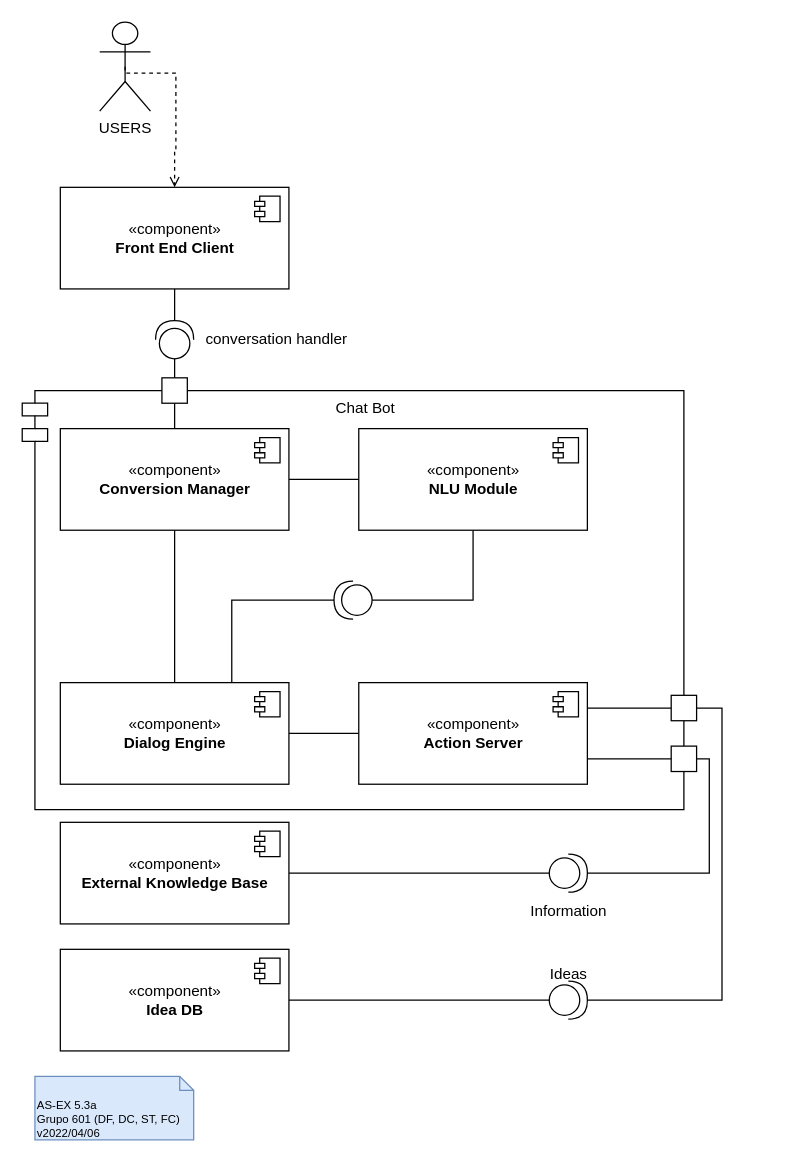
Earlier version of the draw.io diagram page "5.3a" (2 of 3) of P/P05/P5.drawio (DavidAraujo98/AS). Source tidied: cells renumbered, new cells numbered last; positions are measured from the earlier drawing's top-left corner, leaving out a move shared by most shapes. Both pictures are drawn from the tidied source at 127%, with x=0, y=0 at pixel (22, 22).
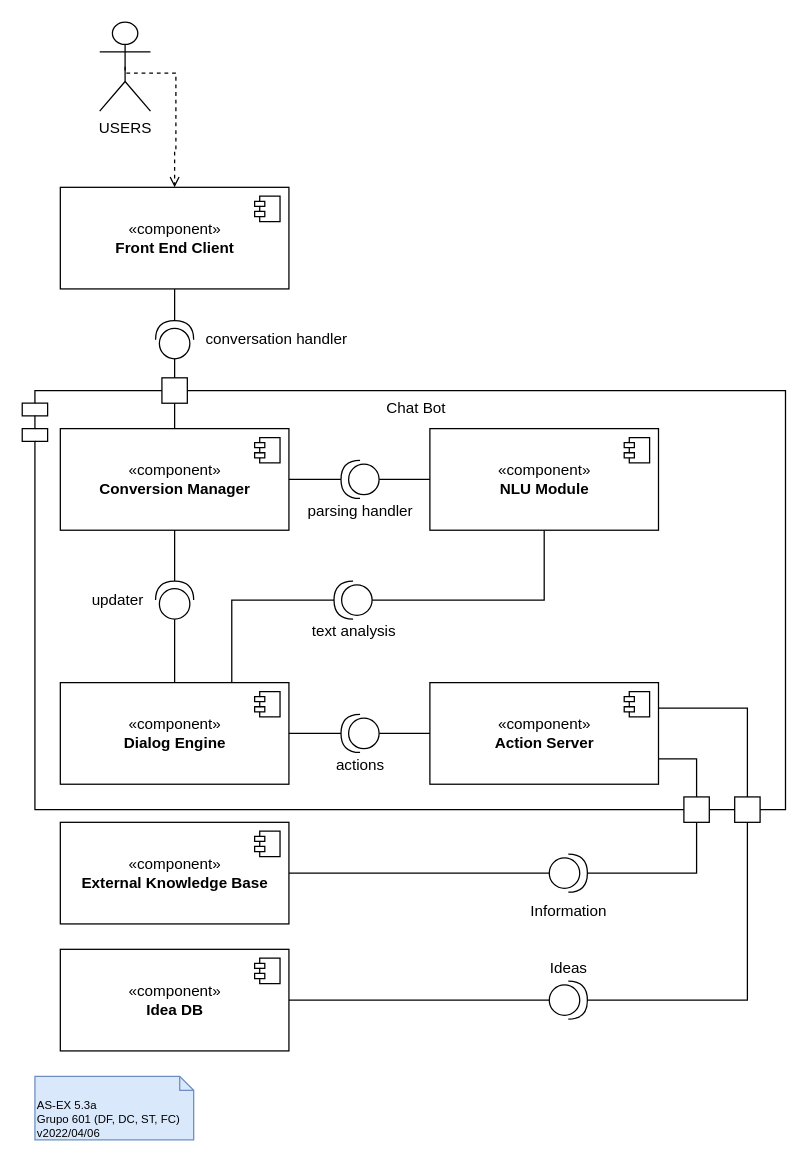
The same diagram, later.

The change refers to these unchanged cells:
```xml
<mxCell id="23" style="shape=providedRequiredInterface;html=1;verticalLabelPosition=bottom;sketch=0;rotation=-180;flipH=1;" parent="1" vertex="1">
  <mxGeometry x="415" y="655" width="30" height="30" as="geometry" />
</mxCell>
<mxCell id="31" value="«component»&lt;br&gt;&lt;b&gt;Conversion Manager&lt;/b&gt;" style="html=1;" parent="1" vertex="1">
  <mxGeometry x="30" y="320" width="180" height="80" as="geometry" />
</mxCell>
<mxCell id="35" value="«component»&lt;br&gt;&lt;b&gt;Dialog Engine&lt;/b&gt;" style="html=1;" parent="1" vertex="1">
  <mxGeometry x="30" y="520" width="180" height="80" as="geometry" />
</mxCell>
```

Change to the diagram source:
```diff
@@
     <mxCell id="2" value="Chat Bot" style="shape=module;align=left;spacingLeft=20;align=center;verticalAlign=top;" parent="1" vertex="1">
-      <mxGeometry y="290" width="521" height="330" as="geometry" />
+      <mxGeometry y="290" width="601" height="330" as="geometry" />
     </mxCell>
@@
-    <mxCell id="4" style="edgeStyle=orthogonalEdgeStyle;rounded=0;jettySize=auto;html=1;exitX=1;exitY=0.5;exitDx=0;exitDy=0;entryX=0;entryY=0.5;entryDx=0;entryDy=0;endArrow=none;endFill=0;" parent="1" edge="1" source="31" target="33">
-      <mxGeometry relative="1" as="geometry" />
-    </mxCell>
-    <mxCell id="5" style="edgeStyle=orthogonalEdgeStyle;rounded=0;jettySize=auto;html=1;exitX=0.5;exitY=1;exitDx=0;exitDy=0;endArrow=none;endFill=0;entryX=0.5;entryY=0;entryDx=0;entryDy=0;" parent="1" edge="1" source="31" target="35">
-      <mxGeometry relative="1" as="geometry" />
-    </mxCell>
@@
-    <mxCell id="8" style="edgeStyle=orthogonalEdgeStyle;rounded=0;jettySize=auto;html=1;exitX=1;exitY=0.5;exitDx=0;exitDy=0;entryX=0;entryY=0.5;entryDx=0;entryDy=0;endArrow=none;endFill=0;" parent="1" edge="1" source="35" target="38">
-      <mxGeometry relative="1" as="geometry" />
-    </mxCell>
@@
-    <mxCell id="16" style="rounded=0;whiteSpace=wrap;html=1;" parent="1" vertex="1">
-      <mxGeometry x="511" y="530" width="20" height="20" as="geometry" />
+    <mxCell id="16" style="rounded=0;whiteSpace=wrap;html=1;rotation=90;" parent="1" vertex="1">
+      <mxGeometry x="561" y="610" width="20" height="20" as="geometry" />
     </mxCell>
@@
     <mxCell id="18" style="edgeStyle=orthogonalEdgeStyle;rounded=0;jettySize=auto;html=1;exitX=1;exitY=0.5;exitDx=0;exitDy=0;entryX=1;entryY=0.5;entryDx=0;entryDy=0;entryPerimeter=0;endArrow=none;endFill=0;" parent="1" edge="1" source="19" target="23">
       <mxGeometry relative="1" as="geometry">
         <Array as="points">
-          <mxPoint x="541" y="580" />
-          <mxPoint x="541" y="670" />
+          <mxPoint x="531" y="670" />
         </Array>
       </mxGeometry>
     </mxCell>
-    <mxCell id="19" style="rounded=0;whiteSpace=wrap;html=1;" parent="1" vertex="1">
-      <mxGeometry x="511" y="570" width="20" height="20" as="geometry" />
+    <mxCell id="19" style="rounded=0;whiteSpace=wrap;html=1;rotation=90;" parent="1" vertex="1">
+      <mxGeometry x="521" y="610" width="20" height="20" as="geometry" />
     </mxCell>
@@
     <mxCell id="27" value="Ideas" style="text;html=1;align=center;verticalAlign=middle;fillColor=none;strokeColor=none;rounded=0;" parent="1" vertex="1">
-      <mxGeometry x="410" y="740" width="40" height="20" as="geometry" />
+      <mxGeometry x="410" y="735" width="40" height="20" as="geometry" />
     </mxCell>
@@
     <mxCell id="33" value="«component»&lt;br&gt;&lt;b&gt;NLU Module&lt;/b&gt;" style="html=1;" parent="1" vertex="1">
-      <mxGeometry x="265" y="320" width="180" height="80" as="geometry" />
+      <mxGeometry x="321" y="320" width="180" height="80" as="geometry" />
     </mxCell>
@@
     <mxCell id="38" value="«component»&lt;br&gt;&lt;b&gt;Action Server&lt;/b&gt;" style="html=1;" parent="1" vertex="1">
-      <mxGeometry x="265" y="520" width="180" height="80" as="geometry" />
+      <mxGeometry x="321" y="520" width="180" height="80" as="geometry" />
     </mxCell>
@@
+    <mxCell id="44" style="edgeStyle=orthogonalEdgeStyle;rounded=0;jettySize=auto;html=1;exitX=0;exitY=0.5;exitDx=0;exitDy=0;exitPerimeter=0;entryX=0;entryY=0.5;entryDx=0;entryDy=0;endArrow=none;endFill=0;" parent="1" edge="1" source="46" target="33">
+      <mxGeometry relative="1" as="geometry" />
+    </mxCell>
+    <mxCell id="45" style="edgeStyle=orthogonalEdgeStyle;rounded=0;jettySize=auto;html=1;exitX=1;exitY=0.5;exitDx=0;exitDy=0;exitPerimeter=0;entryX=1;entryY=0.5;entryDx=0;entryDy=0;endArrow=none;endFill=0;" parent="1" edge="1" source="46" target="31">
+      <mxGeometry relative="1" as="geometry" />
+    </mxCell>
+    <mxCell id="46" style="shape=providedRequiredInterface;html=1;verticalLabelPosition=bottom;sketch=0;rotation=-180;" parent="1" vertex="1">
+      <mxGeometry x="251" y="345" width="30" height="30" as="geometry" />
+    </mxCell>
+    <mxCell id="47" value="parsing handler" style="text;html=1;align=center;verticalAlign=middle;fillColor=none;strokeColor=none;rounded=0;" parent="1" vertex="1">
+      <mxGeometry x="216" y="375" width="100" height="20" as="geometry" />
+    </mxCell>
+    <mxCell id="48" style="edgeStyle=orthogonalEdgeStyle;rounded=0;jettySize=auto;html=1;exitX=1;exitY=0.5;exitDx=0;exitDy=0;exitPerimeter=0;entryX=0.5;entryY=1;entryDx=0;entryDy=0;endArrow=none;endFill=0;" parent="1" edge="1" source="50" target="31">
+      <mxGeometry relative="1" as="geometry" />
+    </mxCell>
+    <mxCell id="49" style="edgeStyle=orthogonalEdgeStyle;rounded=0;jettySize=auto;html=1;exitX=0;exitY=0.5;exitDx=0;exitDy=0;exitPerimeter=0;entryX=0.5;entryY=0;entryDx=0;entryDy=0;endArrow=none;endFill=0;" parent="1" edge="1" source="50" target="35">
+      <mxGeometry relative="1" as="geometry" />
+    </mxCell>
+    <mxCell id="50" style="shape=providedRequiredInterface;html=1;verticalLabelPosition=bottom;sketch=0;rotation=-90;" parent="1" vertex="1">
+      <mxGeometry x="105" y="440" width="30" height="30" as="geometry" />
+    </mxCell>
+    <mxCell id="51" value="updater" style="text;html=1;align=center;verticalAlign=middle;fillColor=none;strokeColor=none;rounded=0;" parent="1" vertex="1">
+      <mxGeometry x="45" y="445" width="60" height="20" as="geometry" />
+    </mxCell>
+    <mxCell id="52" value="text analysis" style="text;html=1;align=center;verticalAlign=middle;fillColor=none;strokeColor=none;rounded=0;" parent="1" vertex="1">
+      <mxGeometry x="220.5" y="470" width="80" height="20" as="geometry" />
+    </mxCell>
+    <mxCell id="53" style="edgeStyle=orthogonalEdgeStyle;rounded=0;jettySize=auto;html=1;exitX=0;exitY=0.5;exitDx=0;exitDy=0;exitPerimeter=0;entryX=0;entryY=0.5;entryDx=0;entryDy=0;fontColor=default;endArrow=none;endFill=0;" parent="1" edge="1" source="55" target="38">
+      <mxGeometry relative="1" as="geometry" />
+    </mxCell>
+    <mxCell id="54" style="edgeStyle=orthogonalEdgeStyle;rounded=0;jettySize=auto;html=1;exitX=1;exitY=0.5;exitDx=0;exitDy=0;exitPerimeter=0;entryX=1;entryY=0.5;entryDx=0;entryDy=0;fontColor=default;endArrow=none;endFill=0;" parent="1" edge="1" source="55" target="35">
+      <mxGeometry relative="1" as="geometry" />
+    </mxCell>
+    <mxCell id="55" style="shape=providedRequiredInterface;html=1;verticalLabelPosition=bottom;sketch=0;rotation=-180;" parent="1" vertex="1">
+      <mxGeometry x="251" y="545" width="30" height="30" as="geometry" />
+    </mxCell>
+    <mxCell id="56" value="actions" style="text;html=1;align=center;verticalAlign=middle;fillColor=none;strokeColor=none;rounded=0;" parent="1" vertex="1">
+      <mxGeometry x="241" y="575" width="50" height="20" as="geometry" />
+    </mxCell>
```
